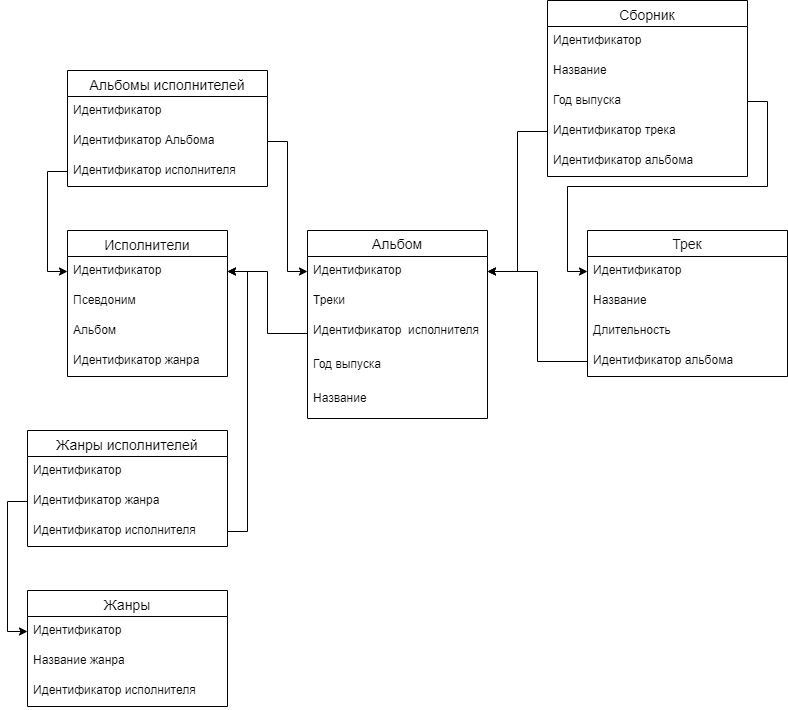
Before: схема.png, a diagram exported from draw.io (Junaer/hwDatabase). Source tidied: cells renumbered, new cells last; positions are measured from the earlier drawing's top-left corner, leaving out a move shared by most shapes.
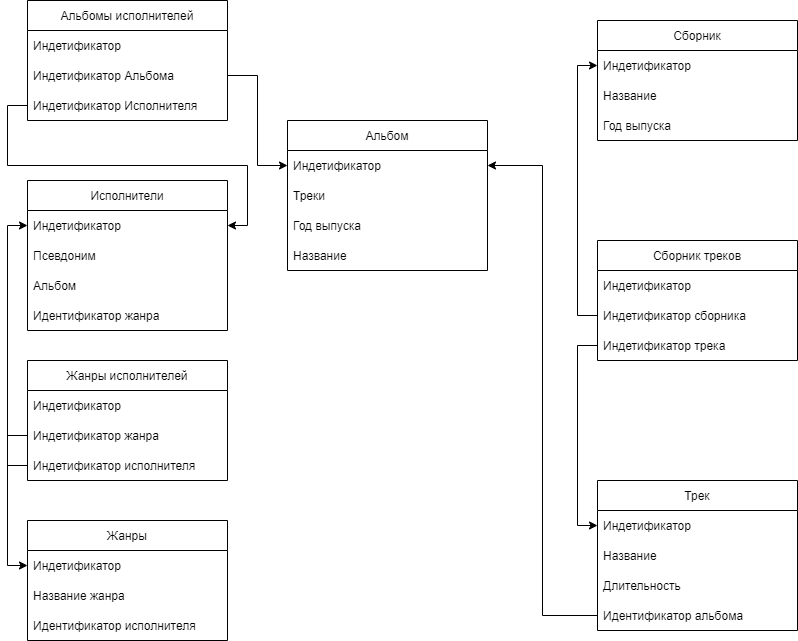
The same file after the commit.

What changed in the source:
```diff
@@ -2,131 +2,137 @@
   <root>
     <mxCell id="0" />
     <mxCell id="1" parent="0" />
+    <mxCell id="29" value="Альбомы исполнителей" style="swimlane;fontStyle=0;horizontal=1;startSize=30;" parent="1" vertex="1">
+      <mxGeometry y="30" width="200" height="120" as="geometry" />
+    </mxCell>
+    <mxCell id="44" value="Индетификатор" style="text;strokeColor=none;fillColor=none;align=left;verticalAlign=middle;spacingLeft=4;spacingRight=4;overflow=hidden;" parent="29" vertex="1">
+      <mxGeometry y="30" width="200" height="30" as="geometry" />
+    </mxCell>
+    <mxCell id="45" value="Индетификатор Альбома" style="text;strokeColor=none;fillColor=none;align=left;verticalAlign=middle;spacingLeft=4;spacingRight=4;overflow=hidden;points=[[0,0.5],[1,0.5]];portConstraint=eastwest;" parent="29" vertex="1">
+      <mxGeometry y="60" width="200" height="30" as="geometry" />
+    </mxCell>
+    <mxCell id="46" value="Индетификатор Исполнителя" style="text;strokeColor=none;fillColor=none;align=left;verticalAlign=middle;spacingLeft=4;spacingRight=4;overflow=hidden;points=[[0,0.5],[1,0.5]];portConstraint=eastwest;" parent="29" vertex="1">
+      <mxGeometry y="90" width="200" height="30" as="geometry" />
+    </mxCell>
-    <mxCell id="2" value="Исполнители" style="swimlane;fontStyle=0;horizontal=1;startSize=26;align=center;fontSize=14;verticalAlign=top;" parent="1" vertex="1">
-      <mxGeometry x="40" y="230" width="160" height="146" as="geometry" />
+    <mxCell id="2" value="Исполнители" style="swimlane;fontStyle=0;horizontal=1;startSize=30;" parent="1" vertex="1">
+      <mxGeometry y="210" width="200" height="150" as="geometry" />
     </mxCell>
-    <mxCell id="3" value="Идентификатор&#10;" style="text;strokeColor=none;fillColor=none;spacingLeft=4;spacingRight=4;overflow=hidden;points=[[0,0.5],[1,0.5]];portConstraint=eastwest;fontSize=12;" parent="2" vertex="1">
-      <mxGeometry y="26" width="160" height="30" as="geometry" />
-    </mxCell>
+    <mxCell id="47" value="Индетификатор" style="text;strokeColor=none;fillColor=none;align=left;verticalAlign=middle;spacingLeft=4;spacingRight=4;overflow=hidden;points=[[0,0.5],[1,0.5]];portConstraint=eastwest;" parent="2" vertex="1">
+      <mxGeometry y="30" width="200" height="30" as="geometry" />
+    </mxCell>
-    <mxCell id="4" value="Псевдоним" style="text;strokeColor=none;fillColor=none;spacingLeft=4;spacingRight=4;overflow=hidden;fontSize=12;" parent="2" vertex="1">
-      <mxGeometry y="56" width="160" height="30" as="geometry" />
+    <mxCell id="4" value="Псевдоним" style="text;strokeColor=none;fillColor=none;align=left;verticalAlign=middle;spacingLeft=4;spacingRight=4;overflow=hidden;" parent="2" vertex="1">
+      <mxGeometry y="60" width="200" height="30" as="geometry" />
     </mxCell>
-    <mxCell id="5" value="Альбом" style="text;strokeColor=none;fillColor=none;spacingLeft=4;spacingRight=4;overflow=hidden;fontSize=12;" parent="2" vertex="1">
-      <mxGeometry y="86" width="160" height="30" as="geometry" />
-    </mxCell>
-    <mxCell id="6" value="Идентификатор жанра" style="text;strokeColor=none;fillColor=none;spacingLeft=4;spacingRight=4;overflow=hidden;fontSize=12;" parent="2" vertex="1">
-      <mxGeometry y="116" width="160" height="30" as="geometry" />
-    </mxCell>
-    <mxCell id="7" value="Альбом" style="swimlane;fontStyle=0;horizontal=1;startSize=26;align=center;fontSize=14;" parent="1" vertex="1">
-      <mxGeometry x="280" y="230" width="180" height="188" as="geometry" />
-    </mxCell>
-    <mxCell id="8" value="Идентификатор&#10;&#10;" style="text;strokeColor=none;fillColor=none;spacingLeft=4;spacingRight=4;overflow=hidden;points=[[0,0.5],[1,0.5]];portConstraint=eastwest;fontSize=12;" parent="7" vertex="1">
-      <mxGeometry y="26" width="180" height="30" as="geometry" />
-    </mxCell>
+    <mxCell id="48" value="Альбом" style="text;strokeColor=none;fillColor=none;align=left;verticalAlign=middle;spacingLeft=4;spacingRight=4;overflow=hidden;" parent="2" vertex="1">
+      <mxGeometry y="90" width="200" height="30" as="geometry" />
+    </mxCell>
+    <mxCell id="49" value="Идентификатор жанра" style="text;strokeColor=none;fillColor=none;align=left;verticalAlign=middle;spacingLeft=4;spacingRight=4;overflow=hidden;" parent="2" vertex="1">
+      <mxGeometry y="120" width="200" height="30" as="geometry" />
+    </mxCell>
+    <mxCell id="24" value="Жанры исполнителей" style="swimlane;fontStyle=0;horizontal=1;startSize=30;" parent="1" vertex="1">
+      <mxGeometry y="390" width="200" height="120" as="geometry" />
+    </mxCell>
+    <mxCell id="50" value="Индетификатор" style="text;strokeColor=none;fillColor=none;align=left;verticalAlign=middle;spacingLeft=4;spacingRight=4;overflow=hidden;" parent="24" vertex="1">
+      <mxGeometry y="30" width="200" height="30" as="geometry" />
+    </mxCell>
+    <mxCell id="51" value="Индетификатор жанра" style="text;strokeColor=none;fillColor=none;align=left;verticalAlign=middle;spacingLeft=4;spacingRight=4;overflow=hidden;points=[[0,0.5],[1,0.5]];portConstraint=eastwest;" parent="24" vertex="1">
+      <mxGeometry y="60" width="200" height="30" as="geometry" />
+    </mxCell>
+    <mxCell id="52" value="Индетификатор исполнителя" style="text;strokeColor=none;fillColor=none;align=left;verticalAlign=middle;spacingLeft=4;spacingRight=4;overflow=hidden;points=[[0,0.5],[1,0.5]];portConstraint=eastwest;" parent="24" vertex="1">
+      <mxGeometry y="90" width="200" height="30" as="geometry" />
+    </mxCell>
+    <mxCell id="20" value="Жанры" style="swimlane;fontStyle=0;horizontal=1;startSize=30;" parent="1" vertex="1">
+      <mxGeometry y="550" width="200" height="120" as="geometry" />
+    </mxCell>
+    <mxCell id="53" value="Индетификатор" style="text;strokeColor=none;fillColor=none;align=left;verticalAlign=middle;spacingLeft=4;spacingRight=4;overflow=hidden;points=[[0,0.5],[1,0.5]];portConstraint=eastwest;" parent="20" vertex="1">
+      <mxGeometry y="30" width="200" height="30" as="geometry" />
+    </mxCell>
+    <mxCell id="22" value="Название жанра" style="text;strokeColor=none;fillColor=none;align=left;verticalAlign=middle;spacingLeft=4;spacingRight=4;overflow=hidden;" parent="20" vertex="1">
+      <mxGeometry y="60" width="200" height="30" as="geometry" />
+    </mxCell>
+    <mxCell id="54" value="Идентификатор исполнителя" style="text;strokeColor=none;fillColor=none;align=left;verticalAlign=middle;spacingLeft=4;spacingRight=4;overflow=hidden;" parent="20" vertex="1">
+      <mxGeometry y="90" width="200" height="30" as="geometry" />
+    </mxCell>
+    <mxCell id="55" style="edgeStyle=orthogonalEdgeStyle;rounded=0;jettySize=auto;html=1;entryX=0;entryY=0.5;entryDx=0;entryDy=0;" parent="1" edge="1" source="51" target="53">
+      <mxGeometry relative="1" as="geometry" />
+    </mxCell>
+    <mxCell id="56" value="Альбом" style="swimlane;fontStyle=0;horizontal=1;startSize=30;" parent="1" vertex="1">
+      <mxGeometry x="260" y="150" width="200" height="150" as="geometry" />
+    </mxCell>
+    <mxCell id="57" value="Индетификатор" style="text;strokeColor=none;fillColor=none;align=left;verticalAlign=middle;spacingLeft=4;spacingRight=4;overflow=hidden;points=[[0,0.5],[1,0.5]];portConstraint=eastwest;" parent="56" vertex="1">
+      <mxGeometry y="30" width="200" height="30" as="geometry" />
+    </mxCell>
-    <mxCell id="9" value="Треки" style="text;strokeColor=none;fillColor=none;spacingLeft=4;spacingRight=4;overflow=hidden;fontSize=12;" parent="7" vertex="1">
-      <mxGeometry y="56" width="180" height="30" as="geometry" />
+    <mxCell id="9" value="Треки" style="text;strokeColor=none;fillColor=none;align=left;verticalAlign=middle;spacingLeft=4;spacingRight=4;overflow=hidden;" parent="56" vertex="1">
+      <mxGeometry y="60" width="200" height="30" as="geometry" />
     </mxCell>
-    <mxCell id="10" value="Идентификатор  исполнителя" style="text;strokeColor=none;fillColor=none;spacingLeft=4;spacingRight=4;overflow=hidden;points=[[0,0.5],[1,0.5]];portConstraint=eastwest;fontSize=12;" parent="7" vertex="1">
-      <mxGeometry y="86" width="180" height="34" as="geometry" />
-    </mxCell>
-    <mxCell id="11" value="Год выпуска" style="text;strokeColor=none;fillColor=none;spacingLeft=4;spacingRight=4;overflow=hidden;fontSize=12;" parent="7" vertex="1">
-      <mxGeometry y="120" width="180" height="34" as="geometry" />
-    </mxCell>
-    <mxCell id="12" value="Название" style="text;strokeColor=none;fillColor=none;spacingLeft=4;spacingRight=4;overflow=hidden;fontSize=12;" parent="7" vertex="1">
-      <mxGeometry y="154" width="180" height="34" as="geometry" />
-    </mxCell>
+    <mxCell id="58" value="Год выпуска" style="text;strokeColor=none;fillColor=none;align=left;verticalAlign=middle;spacingLeft=4;spacingRight=4;overflow=hidden;" parent="56" vertex="1">
+      <mxGeometry y="90" width="200" height="30" as="geometry" />
+    </mxCell>
+    <mxCell id="59" value="Название" style="text;strokeColor=none;fillColor=none;align=left;verticalAlign=middle;spacingLeft=4;spacingRight=4;overflow=hidden;" parent="56" vertex="1">
+      <mxGeometry y="120" width="200" height="30" as="geometry" />
+    </mxCell>
+    <mxCell id="60" style="edgeStyle=orthogonalEdgeStyle;rounded=0;jettySize=auto;html=1;" parent="1" edge="1" source="45" target="57">
+      <mxGeometry relative="1" as="geometry" />
+    </mxCell>
+    <mxCell id="61" style="edgeStyle=orthogonalEdgeStyle;rounded=0;jettySize=auto;html=1;entryX=1;entryY=0.5;entryDx=0;entryDy=0;" parent="1" edge="1" source="x" target="47">
+      <mxGeometry relative="1" as="geometry" />
+    </mxCell>
+    <mxCell id="62" style="edgeStyle=orthogonalEdgeStyle;rounded=0;jettySize=auto;html=1;entryX=0;entryY=0.5;entryDx=0;entryDy=0;" parent="1" edge="1" source="52" target="47">
+      <mxGeometry relative="1" as="geometry" />
+    </mxCell>
+    <mxCell id="63" style="edgeStyle=orthogonalEdgeStyle;rounded=0;jettySize=auto;html=1;" parent="1" edge="1" source="46" target="47">
+      <mxGeometry relative="1" as="geometry" />
+    </mxCell>
+    <mxCell id="36" value="Сборник" style="swimlane;fontStyle=0;horizontal=1;startSize=30;" parent="1" vertex="1">
+      <mxGeometry x="570" y="50" width="200" height="120" as="geometry" />
+    </mxCell>
+    <mxCell id="64" value="Индетификатор" style="text;strokeColor=none;fillColor=none;align=left;verticalAlign=middle;spacingLeft=4;spacingRight=4;overflow=hidden;points=[[0,0.5],[1,0.5]];portConstraint=eastwest;" parent="36" vertex="1">
+      <mxGeometry y="30" width="200" height="30" as="geometry" />
+    </mxCell>
+    <mxCell id="65" value="Название" style="text;strokeColor=none;fillColor=none;align=left;verticalAlign=middle;spacingLeft=4;spacingRight=4;overflow=hidden;" parent="36" vertex="1">
+      <mxGeometry y="60" width="200" height="30" as="geometry" />
+    </mxCell>
+    <mxCell id="66" value="Год выпуска" style="text;strokeColor=none;fillColor=none;align=left;verticalAlign=middle;spacingLeft=4;spacingRight=4;overflow=hidden;" parent="36" vertex="1">
+      <mxGeometry y="90" width="200" height="30" as="geometry" />
+    </mxCell>
-    <mxCell id="13" value="Трек" style="swimlane;fontStyle=0;horizontal=1;startSize=26;align=center;fontSize=14;" parent="1" vertex="1">
-      <mxGeometry x="560" y="230" width="200" height="146" as="geometry" />
+    <mxCell id="13" value="Трек" style="swimlane;fontStyle=0;horizontal=1;startSize=30;" parent="1" vertex="1">
+      <mxGeometry x="570" y="510" width="200" height="150" as="geometry" />
     </mxCell>
-    <mxCell id="14" value="Идентификатор&#10;" style="text;strokeColor=none;fillColor=none;spacingLeft=4;spacingRight=4;overflow=hidden;points=[[0,0.5],[1,0.5]];portConstraint=eastwest;fontSize=12;" parent="13" vertex="1">
-      <mxGeometry y="26" width="200" height="30" as="geometry" />
-    </mxCell>
-    <mxCell id="15" value="Название" style="text;strokeColor=none;fillColor=none;spacingLeft=4;spacingRight=4;overflow=hidden;fontSize=12;" parent="13" vertex="1">
-      <mxGeometry y="56" width="200" height="30" as="geometry" />
-    </mxCell>
+    <mxCell id="67" value="Индетификатор" style="text;strokeColor=none;fillColor=none;align=left;verticalAlign=middle;spacingLeft=4;spacingRight=4;overflow=hidden;points=[[0,0.5],[1,0.5]];portConstraint=eastwest;" parent="13" vertex="1">
+      <mxGeometry y="30" width="200" height="30" as="geometry" />
+    </mxCell>
+    <mxCell id="68" value="Название" style="text;strokeColor=none;fillColor=none;align=left;verticalAlign=middle;spacingLeft=4;spacingRight=4;overflow=hidden;" parent="13" vertex="1">
+      <mxGeometry y="60" width="200" height="30" as="geometry" />
+    </mxCell>
-    <mxCell id="16" value="Длительность" style="text;strokeColor=none;fillColor=none;spacingLeft=4;spacingRight=4;overflow=hidden;fontSize=12;" parent="13" vertex="1">
-      <mxGeometry y="86" width="200" height="30" as="geometry" />
+    <mxCell id="16" value="Длительность" style="text;strokeColor=none;fillColor=none;align=left;verticalAlign=middle;spacingLeft=4;spacingRight=4;overflow=hidden;" parent="13" vertex="1">
+      <mxGeometry y="90" width="200" height="30" as="geometry" />
     </mxCell>
-    <mxCell id="17" value="Идентификатор альбома" style="text;strokeColor=none;fillColor=none;spacingLeft=4;spacingRight=4;overflow=hidden;points=[[0,0.5],[1,0.5]];portConstraint=eastwest;fontSize=12;" parent="13" vertex="1">
-      <mxGeometry y="116" width="200" height="30" as="geometry" />
-    </mxCell>
-    <mxCell id="18" style="edgeStyle=orthogonalEdgeStyle;rounded=0;jettySize=auto;html=1;exitX=0;exitY=0.5;exitDx=0;exitDy=0;entryX=1;entryY=0.5;entryDx=0;entryDy=0;" parent="1" edge="1" source="10" target="3">
-      <mxGeometry relative="1" as="geometry" />
-    </mxCell>
-    <mxCell id="19" style="edgeStyle=orthogonalEdgeStyle;rounded=0;jettySize=auto;html=1;exitX=0;exitY=0.5;exitDx=0;exitDy=0;entryX=1;entryY=0.5;entryDx=0;entryDy=0;" parent="1" edge="1" source="17" target="8">
-      <mxGeometry relative="1" as="geometry" />
-    </mxCell>
-    <mxCell id="20" value="Жанры" style="swimlane;fontStyle=0;horizontal=1;startSize=26;align=center;fontSize=14;verticalAlign=top;" parent="1" vertex="1">
-      <mxGeometry y="590" width="200" height="116" as="geometry" />
-    </mxCell>
-    <mxCell id="21" value="Идентификатор&#10;" style="text;strokeColor=none;fillColor=none;spacingLeft=4;spacingRight=4;overflow=hidden;points=[[0,0.5],[1,0.5]];portConstraint=eastwest;fontSize=12;" parent="20" vertex="1">
-      <mxGeometry y="26" width="200" height="30" as="geometry" />
-    </mxCell>
-    <mxCell id="22" value="Название жанра" style="text;strokeColor=none;fillColor=none;spacingLeft=4;spacingRight=4;overflow=hidden;fontSize=12;" parent="20" vertex="1">
-      <mxGeometry y="56" width="200" height="30" as="geometry" />
-    </mxCell>
-    <mxCell id="23" value="Идентификатор исполнителя " style="text;strokeColor=none;fillColor=none;spacingLeft=4;spacingRight=4;overflow=hidden;fontSize=12;" parent="20" vertex="1">
-      <mxGeometry y="86" width="200" height="30" as="geometry" />
-    </mxCell>
-    <mxCell id="24" value="Жанры исполнителей" style="swimlane;fontStyle=0;horizontal=1;startSize=26;align=center;fontSize=14;verticalAlign=top;" parent="1" vertex="1">
-      <mxGeometry y="430" width="200" height="116" as="geometry" />
-    </mxCell>
-    <mxCell id="25" value="Идентификатор&#10;" style="text;strokeColor=none;fillColor=none;spacingLeft=4;spacingRight=4;overflow=hidden;fontSize=12;" parent="24" vertex="1">
-      <mxGeometry y="26" width="200" height="30" as="geometry" />
-    </mxCell>
-    <mxCell id="26" value="Идентификатор жанра" style="text;strokeColor=none;fillColor=none;spacingLeft=4;spacingRight=4;overflow=hidden;points=[[0,0.5],[1,0.5]];portConstraint=eastwest;fontSize=12;" parent="24" vertex="1">
-      <mxGeometry y="56" width="200" height="30" as="geometry" />
-    </mxCell>
-    <mxCell id="27" value="Идентификатор исполнителя " style="text;strokeColor=none;fillColor=none;spacingLeft=4;spacingRight=4;overflow=hidden;points=[[0,0.5],[1,0.5]];portConstraint=eastwest;fontSize=12;" parent="24" vertex="1">
-      <mxGeometry y="86" width="200" height="30" as="geometry" />
-    </mxCell>
-    <mxCell id="28" style="edgeStyle=orthogonalEdgeStyle;rounded=0;jettySize=auto;html=1;entryX=1;entryY=0.5;entryDx=0;entryDy=0;" parent="1" edge="1" source="27" target="3">
-      <mxGeometry relative="1" as="geometry" />
-    </mxCell>
-    <mxCell id="29" value="Альбомы исполнителей" style="swimlane;fontStyle=0;horizontal=1;startSize=26;align=center;fontSize=14;verticalAlign=top;" parent="1" vertex="1">
-      <mxGeometry x="40" y="70" width="200" height="116" as="geometry" />
-    </mxCell>
-    <mxCell id="30" value="Идентификатор&#10;" style="text;strokeColor=none;fillColor=none;spacingLeft=4;spacingRight=4;overflow=hidden;fontSize=12;" parent="29" vertex="1">
-      <mxGeometry y="26" width="200" height="30" as="geometry" />
-    </mxCell>
-    <mxCell id="31" value="Идентификатор Альбома&#10;" style="text;strokeColor=none;fillColor=none;spacingLeft=4;spacingRight=4;overflow=hidden;points=[[0,0.5],[1,0.5]];portConstraint=eastwest;fontSize=12;" parent="29" vertex="1">
-      <mxGeometry y="56" width="200" height="30" as="geometry" />
-    </mxCell>
-    <mxCell id="32" value="Идентификатор исполнителя " style="text;strokeColor=none;fillColor=none;spacingLeft=4;spacingRight=4;overflow=hidden;points=[[0,0.5],[1,0.5]];portConstraint=eastwest;fontSize=12;" parent="29" vertex="1">
-      <mxGeometry y="86" width="200" height="30" as="geometry" />
-    </mxCell>
-    <mxCell id="33" style="edgeStyle=orthogonalEdgeStyle;rounded=0;jettySize=auto;html=1;" parent="1" edge="1" source="31" target="8">
-      <mxGeometry relative="1" as="geometry" />
-    </mxCell>
-    <mxCell id="34" style="edgeStyle=orthogonalEdgeStyle;rounded=0;jettySize=auto;html=1;entryX=0;entryY=0.5;entryDx=0;entryDy=0;" parent="1" edge="1" source="32" target="3">
-      <mxGeometry relative="1" as="geometry" />
-    </mxCell>
-    <mxCell id="35" style="edgeStyle=orthogonalEdgeStyle;rounded=0;jettySize=auto;html=1;entryX=0;entryY=0.5;entryDx=0;entryDy=0;" parent="1" edge="1" source="26" target="21">
-      <mxGeometry relative="1" as="geometry" />
-    </mxCell>
-    <mxCell id="36" value="Сборник" style="swimlane;fontStyle=0;horizontal=1;startSize=26;align=center;fontSize=14;verticalAlign=top;" parent="1" vertex="1">
-      <mxGeometry x="520" width="200" height="176" as="geometry" />
-    </mxCell>
-    <mxCell id="37" value="Идентификатор" style="text;strokeColor=none;fillColor=none;spacingLeft=4;spacingRight=4;overflow=hidden;fontSize=12;" parent="36" vertex="1">
-      <mxGeometry y="26" width="200" height="30" as="geometry" />
-    </mxCell>
-    <mxCell id="38" value="Название" style="text;strokeColor=none;fillColor=none;spacingLeft=4;spacingRight=4;overflow=hidden;fontSize=12;" parent="36" vertex="1">
-      <mxGeometry y="56" width="200" height="30" as="geometry" />
-    </mxCell>
-    <mxCell id="39" value="Год выпуска" style="text;strokeColor=none;fillColor=none;spacingLeft=4;spacingRight=4;overflow=hidden;points=[[0,0.5],[1,0.5]];portConstraint=eastwest;fontSize=12;" parent="36" vertex="1">
-      <mxGeometry y="86" width="200" height="30" as="geometry" />
-    </mxCell>
-    <mxCell id="40" value="Идентификатор трека" style="text;strokeColor=none;fillColor=none;spacingLeft=4;spacingRight=4;overflow=hidden;points=[[0,0.5],[1,0.5]];portConstraint=eastwest;fontSize=12;" parent="36" vertex="1">
-      <mxGeometry y="116" width="200" height="30" as="geometry" />
-    </mxCell>
-    <mxCell id="41" value="Идентификатор альбома" style="text;strokeColor=none;fillColor=none;spacingLeft=4;spacingRight=4;overflow=hidden;fontSize=12;" parent="36" vertex="1">
-      <mxGeometry y="146" width="200" height="30" as="geometry" />
-    </mxCell>
-    <mxCell id="42" style="edgeStyle=orthogonalEdgeStyle;rounded=0;jettySize=auto;html=1;entryX=1;entryY=0.5;entryDx=0;entryDy=0;" parent="1" edge="1" source="40" target="8">
-      <mxGeometry relative="1" as="geometry" />
-    </mxCell>
-    <mxCell id="43" style="edgeStyle=orthogonalEdgeStyle;rounded=0;jettySize=auto;html=1;entryX=0;entryY=0.5;entryDx=0;entryDy=0;" parent="1" edge="1" source="39" target="14">
-      <mxGeometry relative="1" as="geometry" />
-    </mxCell>
+    <mxCell id="69" value="Идентификатор альбома" style="text;strokeColor=none;fillColor=none;align=left;verticalAlign=middle;spacingLeft=4;spacingRight=4;overflow=hidden;points=[[0,0.5],[1,0.5]];portConstraint=eastwest;" parent="13" vertex="1">
+      <mxGeometry y="120" width="200" height="30" as="geometry" />
+    </mxCell>
+    <mxCell id="70" style="edgeStyle=orthogonalEdgeStyle;rounded=0;jettySize=auto;html=1;entryX=1;entryY=0.5;entryDx=0;entryDy=0;" parent="1" edge="1" source="69" target="57">
+      <mxGeometry relative="1" as="geometry" />
+    </mxCell>
+    <mxCell id="71" style="edgeStyle=orthogonalEdgeStyle;rounded=0;jettySize=auto;html=1;" parent="1" edge="1" source="x" target="57">
+      <mxGeometry relative="1" as="geometry" />
+    </mxCell>
+    <mxCell id="72" value="Сборник треков" style="swimlane;fontStyle=0;horizontal=1;startSize=30;" parent="1" vertex="1">
+      <mxGeometry x="570" y="270" width="200" height="120" as="geometry" />
+    </mxCell>
+    <mxCell id="73" value="Индетификатор" style="text;strokeColor=none;fillColor=none;align=left;verticalAlign=middle;spacingLeft=4;spacingRight=4;overflow=hidden;" parent="72" vertex="1">
+      <mxGeometry y="30" width="200" height="30" as="geometry" />
+    </mxCell>
+    <mxCell id="74" value="Индетификатор сборника" style="text;strokeColor=none;fillColor=none;align=left;verticalAlign=middle;spacingLeft=4;spacingRight=4;overflow=hidden;points=[[0,0.5],[1,0.5]];portConstraint=eastwest;" parent="72" vertex="1">
+      <mxGeometry y="60" width="200" height="30" as="geometry" />
+    </mxCell>
+    <mxCell id="75" value="Индетификатор трека" style="text;strokeColor=none;fillColor=none;align=left;verticalAlign=middle;spacingLeft=4;spacingRight=4;overflow=hidden;points=[[0,0.5],[1,0.5]];portConstraint=eastwest;" parent="72" vertex="1">
+      <mxGeometry y="90" width="200" height="30" as="geometry" />
+    </mxCell>
+    <mxCell id="76" style="edgeStyle=orthogonalEdgeStyle;rounded=0;jettySize=auto;html=1;entryX=0;entryY=0.5;entryDx=0;entryDy=0;" parent="1" edge="1" source="75" target="67">
+      <mxGeometry relative="1" as="geometry" />
+    </mxCell>
+    <mxCell id="77" style="edgeStyle=orthogonalEdgeStyle;rounded=0;jettySize=auto;html=1;entryX=0;entryY=0.5;entryDx=0;entryDy=0;" parent="1" edge="1" source="74" target="64">
+      <mxGeometry relative="1" as="geometry" />
+    </mxCell>
   </root>
 </mxGraphModel>
```
